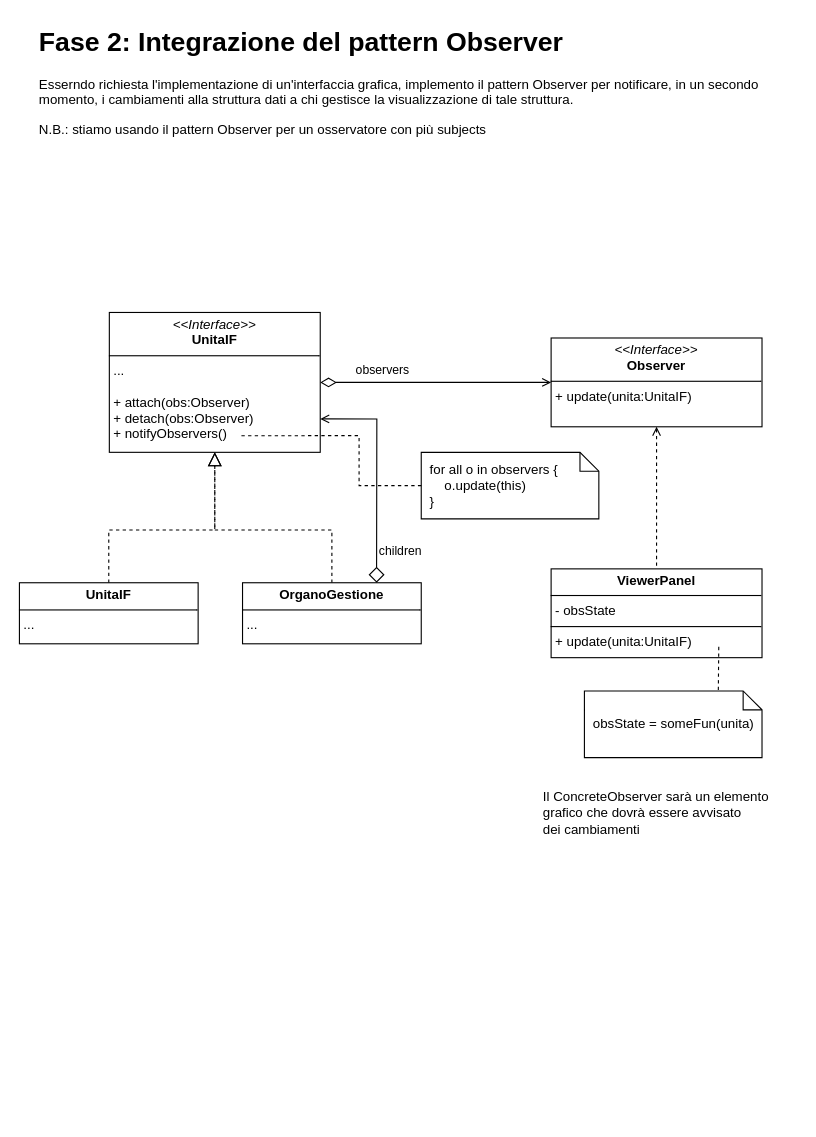
Before: page "Fase 2 - Pattern Observer" (2 of 8) of organigramma-aziendale.drawio in riccardo-florio/organigramma_aziendale, a draw.io diagram. Source tidied: cells renumbered, new cells numbered last; positions are measured from the earlier drawing's top-left corner, leaving out a move shared by most shapes. Both pictures are drawn from the tidied source at 111%, with x=0, y=0 at pixel (19, 19).
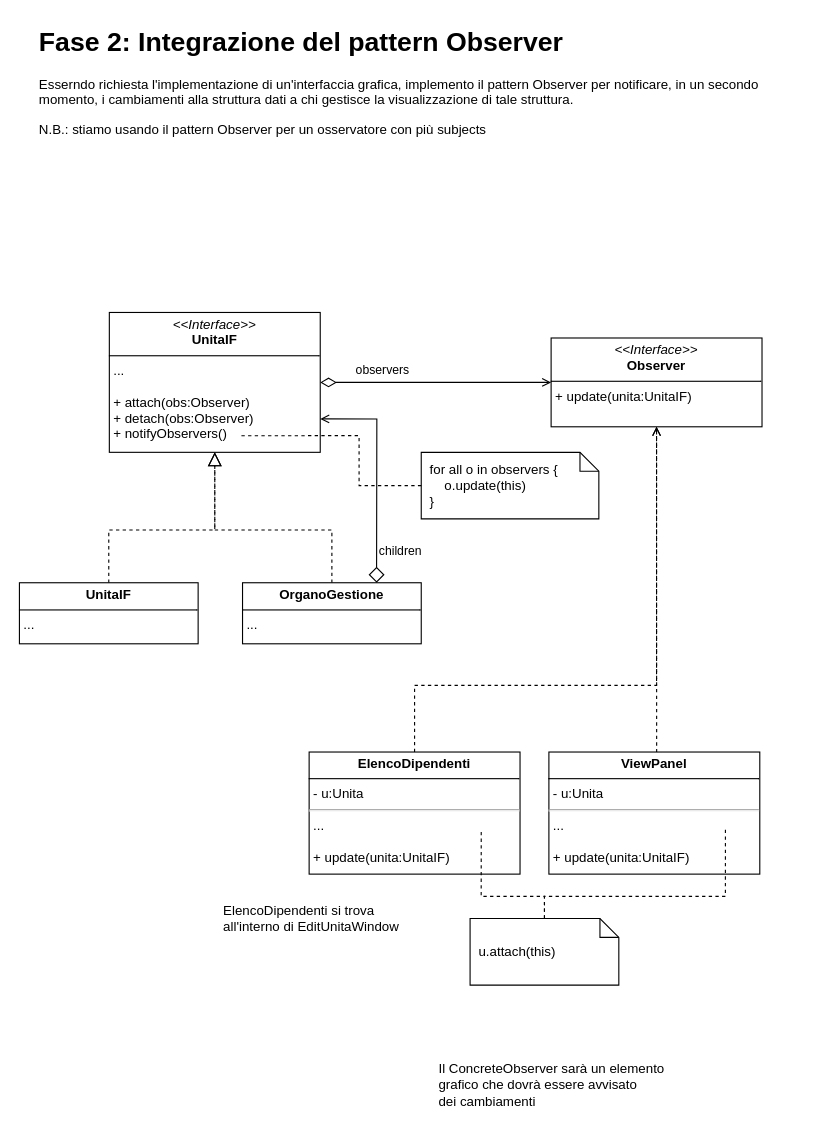
After the change.

Unchanged cells that the change refers to:
```xml
<mxCell id="11" value="&lt;p style=&quot;margin:0px;margin-top:4px;text-align:center;&quot;&gt;&lt;i&gt;&amp;lt;&amp;lt;Interface&amp;gt;&amp;gt;&lt;/i&gt;&lt;br&gt;&lt;b&gt;Observer&lt;/b&gt;&lt;/p&gt;&lt;hr size=&quot;1&quot; style=&quot;border-style:solid;&quot;&gt;&lt;p style=&quot;margin:0px;margin-left:4px;&quot;&gt;&lt;/p&gt;&lt;p style=&quot;margin:0px;margin-left:4px;&quot;&gt;&lt;span style=&quot;text-wrap: nowrap; background-color: initial;&quot;&gt;+ update(unita:UnitaIF)&lt;/span&gt;&lt;span style=&quot;background-color: initial; color: rgba(0, 0, 0, 0); font-family: monospace; font-size: 0px; text-wrap: nowrap;&quot;&gt;3CmxGraphModel%3E%3Croot%3E%3CmxCell%20id%3D%220%22%2F%3E%3CmxCell%20id%3D%221%22%20parent%3D%220%22%2F%3E%3CmxCell%20id%3D%222%22%20value%3D%22%26lt%3Bp%20style%3D%26quot%3Bmargin%3A0px%3Bmargin-top%3A4px%3Btext-align%3Acenter%3B%26quot%3B%26gt%3B%26lt%3Bi%26gt%3B%26amp%3Blt%3B%26amp%3Blt%3BInterface%26amp%3Bgt%3B%26amp%3Bgt%3B%26lt%3B%2Fi%26gt%3B%26lt%3Bbr%26gt%3B%26lt%3Bb%26gt%3BUnitaIF%26lt%3B%2Fb%26gt%3B%26lt%3B%2Fp%26gt%3B%26lt%3Bhr%20size%3D%26quot%3B1%26quot%3B%20style%3D%26quot%3Bborder-style%3Asolid%3B%26quot%3B%26gt%3B%26lt%3Bp%20style%3D%26quot%3Bmargin%3A0px%3Bmargin-left%3A4px%3B%26quot%3B%26gt%3B%26lt%3B%2Fp%26gt%3B%26lt%3Bp%20style%3D%26quot%3Bmargin%3A0px%3Bmargin-left%3A4px%3B%26quot%3B%26gt%3B...%26lt%3B%2Fp%26gt%3B%26lt%3Bp%20style%3D%26quot%3Bmargin%3A0px%3Bmargin-left%3A4px%3B%26quot%3B%26gt%3B%26lt%3Bbr%26gt%3B%26lt%3B%2Fp%26gt%3B%26lt%3Bp%20style%3D%26quot%3Bmargin%3A0px%3Bmargin-left%3A4px%3B%26quot%3B%26gt%3B%2B%20attach(obs%3AObserver)%26lt%3Bbr%26gt%3B%2B%20detach(obs%3AObserver)%26lt%3B%2Fp%26gt%3B%26lt%3Bp%20style%3D%26quot%3Bmargin%3A0px%3Bmargin-left%3A4px%3B%26quot%3B%26gt%3B%2B%20notify()%26lt%3B%2Fp%26gt%3B%22%20style%3D%22verticalAlign%3Dtop%3Balign%3Dleft%3Boverflow%3Dfill%3Bhtml%3D1%3BwhiteSpace%3Dwrap%3B%22%20vertex%3D%221%22%20parent%3D%221%22%3E%3CmxGeometry%20x%3D%22310%22%20y%3D%22364%22%20width%3D%22190%22%20height%3D%22126%22%20as%3D%22geometry%22%2F%3E%3C%2FmxCell%3E%3C%2Froot%3E%3C%2FmxGraphModel%3E&lt;/span&gt;&lt;/p&gt;" style="verticalAlign=top;align=left;overflow=fill;html=1;whiteSpace=wrap;" parent="1" vertex="1">
  <mxGeometry x="479" y="287" width="190" height="80" as="geometry" />
</mxCell>
```

Change to the diagram source:
```diff
@@
-    <mxCell id="6" style="edgeStyle=orthogonalEdgeStyle;rounded=0;jettySize=auto;html=1;entryX=0.5;entryY=0;entryDx=0;entryDy=0;exitX=0.5;exitY=1;exitDx=0;exitDy=0;endArrow=none;endFill=0;startArrow=open;startFill=0;dashed=1;" parent="1" edge="1" source="11" target="10">
+    <mxCell id="6" style="edgeStyle=orthogonalEdgeStyle;rounded=0;jettySize=auto;html=1;entryX=0.511;entryY=0;entryDx=0;entryDy=0;exitX=0.5;exitY=1;exitDx=0;exitDy=0;endArrow=none;endFill=0;startArrow=open;startFill=0;dashed=1;entryPerimeter=0;" parent="1" edge="1" source="11" target="22">
       <mxGeometry relative="1" as="geometry" />
     </mxCell>
@@
-    <mxCell id="10" value="&lt;p style=&quot;margin:0px;margin-top:4px;text-align:center;&quot;&gt;&lt;b&gt;ViewerPanel&lt;/b&gt;&lt;/p&gt;&lt;hr size=&quot;1&quot; style=&quot;border-style:solid;&quot;&gt;&lt;p style=&quot;margin:0px;margin-left:4px;&quot;&gt;- obsState&lt;/p&gt;&lt;hr size=&quot;1&quot; style=&quot;border-style:solid;&quot;&gt;&lt;p style=&quot;margin:0px;margin-left:4px;&quot;&gt;&lt;span style=&quot;text-wrap: nowrap;&quot;&gt;+ update(unita:UnitaIF)&lt;/span&gt;&lt;br&gt;&lt;/p&gt;" style="verticalAlign=top;align=left;overflow=fill;html=1;whiteSpace=wrap;" parent="1" vertex="1">
-      <mxGeometry x="479" y="495" width="190" height="80" as="geometry" />
-    </mxCell>
@@
     <mxCell id="14" value="Il ConcreteObserver sarà un elemento&amp;nbsp;&lt;div&gt;grafico che dovrà essere avvisato&amp;nbsp;&lt;/div&gt;&lt;div&gt;dei cambiamenti&lt;/div&gt;" style="text;html=1;align=left;verticalAlign=middle;strokeColor=none;fillColor=none;" parent="1" vertex="1">
-      <mxGeometry x="470" y="685" width="230" height="60" as="geometry" />
+      <mxGeometry x="376" y="930" width="230" height="60" as="geometry" />
     </mxCell>
@@
-    <mxCell id="16" style="edgeStyle=orthogonalEdgeStyle;rounded=0;jettySize=auto;html=1;entryX=0.795;entryY=0.875;entryDx=0;entryDy=0;entryPerimeter=0;exitX=0.754;exitY=-0.013;exitDx=0;exitDy=0;exitPerimeter=0;endArrow=none;endFill=0;dashed=1;" parent="1" edge="1" source="17" target="10">
-      <mxGeometry relative="1" as="geometry" />
-    </mxCell>
-    <mxCell id="17" value="obsState = someFun(unita)" style="shape=note2;boundedLbl=1;whiteSpace=wrap;html=1;size=17;verticalAlign=middle;align=left;fontSize=12;spacing=8;" parent="1" vertex="1">
-      <mxGeometry x="509" y="605" width="160" height="60" as="geometry" />
+    <mxCell id="17" value="u.attach(this)" style="shape=note2;boundedLbl=1;whiteSpace=wrap;html=1;size=17;verticalAlign=middle;align=left;fontSize=12;spacing=8;" parent="1" vertex="1">
+      <mxGeometry x="406" y="810" width="134" height="60" as="geometry" />
     </mxCell>
@@
+    <mxCell id="20" style="edgeStyle=orthogonalEdgeStyle;rounded=0;jettySize=auto;html=1;endArrow=open;endFill=0;dashed=1;" parent="1" edge="1" source="21" target="11">
+      <mxGeometry relative="1" as="geometry">
+        <Array as="points">
+          <mxPoint x="356" y="600" />
+          <mxPoint x="574" y="600" />
+        </Array>
+      </mxGeometry>
+    </mxCell>
+    <mxCell id="21" value="&lt;p style=&quot;margin:0px;margin-top:4px;text-align:center;&quot;&gt;&lt;b&gt;ElencoDipendenti&lt;/b&gt;&lt;/p&gt;&lt;hr size=&quot;1&quot; style=&quot;border-style:solid;&quot;&gt;&lt;p style=&quot;margin:0px;margin-left:4px;&quot;&gt;&lt;span style=&quot;text-wrap: nowrap;&quot;&gt;- u:Unita&lt;/span&gt;&lt;/p&gt;&lt;hr&gt;&lt;p style=&quot;margin:0px;margin-left:4px;&quot;&gt;&lt;span style=&quot;background-color: initial; text-wrap: nowrap;&quot;&gt;...&lt;/span&gt;&lt;/p&gt;&lt;p style=&quot;margin:0px;margin-left:4px;&quot;&gt;&lt;span style=&quot;background-color: initial; text-wrap: nowrap;&quot;&gt;&lt;br&gt;&lt;/span&gt;&lt;/p&gt;&lt;p style=&quot;margin:0px;margin-left:4px;&quot;&gt;&lt;span style=&quot;background-color: initial; text-wrap: nowrap;&quot;&gt;+ update(unita:UnitaIF)&lt;/span&gt;&lt;br&gt;&lt;/p&gt;" style="verticalAlign=top;align=left;overflow=fill;html=1;whiteSpace=wrap;" parent="1" vertex="1">
+      <mxGeometry x="261" y="660" width="190" height="110" as="geometry" />
+    </mxCell>
+    <mxCell id="22" value="&lt;p style=&quot;margin:0px;margin-top:4px;text-align:center;&quot;&gt;&lt;b&gt;ViewPanel&lt;/b&gt;&lt;/p&gt;&lt;hr size=&quot;1&quot; style=&quot;border-style:solid;&quot;&gt;&lt;p style=&quot;margin:0px;margin-left:4px;&quot;&gt;&lt;span style=&quot;text-wrap: nowrap;&quot;&gt;- u:Unita&lt;/span&gt;&lt;/p&gt;&lt;hr&gt;&lt;p style=&quot;margin:0px;margin-left:4px;&quot;&gt;&lt;span style=&quot;background-color: initial; text-wrap: nowrap;&quot;&gt;...&lt;/span&gt;&lt;/p&gt;&lt;p style=&quot;margin:0px;margin-left:4px;&quot;&gt;&lt;span style=&quot;background-color: initial; text-wrap: nowrap;&quot;&gt;&lt;br&gt;&lt;/span&gt;&lt;/p&gt;&lt;p style=&quot;margin:0px;margin-left:4px;&quot;&gt;&lt;span style=&quot;background-color: initial; text-wrap: nowrap;&quot;&gt;+ update(unita:UnitaIF)&lt;/span&gt;&lt;br&gt;&lt;/p&gt;" style="verticalAlign=top;align=left;overflow=fill;html=1;whiteSpace=wrap;" parent="1" vertex="1">
+      <mxGeometry x="477" y="660" width="190" height="110" as="geometry" />
+    </mxCell>
+    <mxCell id="23" style="edgeStyle=orthogonalEdgeStyle;rounded=0;jettySize=auto;html=1;dashed=1;endArrow=none;endFill=0;entryX=0.837;entryY=0.636;entryDx=0;entryDy=0;entryPerimeter=0;" parent="1" edge="1" source="17" target="22">
+      <mxGeometry relative="1" as="geometry" />
+    </mxCell>
+    <mxCell id="24" style="edgeStyle=orthogonalEdgeStyle;rounded=0;jettySize=auto;html=1;dashed=1;endArrow=none;endFill=0;entryX=0.816;entryY=0.636;entryDx=0;entryDy=0;entryPerimeter=0;" parent="1" edge="1" source="17" target="21">
+      <mxGeometry relative="1" as="geometry" />
+    </mxCell>
+    <mxCell id="25" value="ElencoDipendenti si trova&lt;div&gt;all'interno di EditUnitaWindow&lt;/div&gt;" style="text;html=1;align=left;verticalAlign=middle;strokeColor=none;fillColor=none;" parent="1" vertex="1">
+      <mxGeometry x="182" y="790" width="180" height="40" as="geometry" />
+    </mxCell>
```
